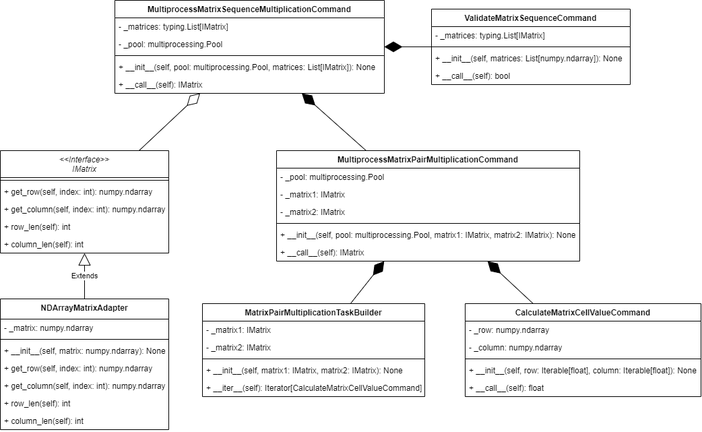
Before: docs/images/uml_class_diagram.png, a diagram exported from draw.io (yari61/otus-patterns-multiprocess). Source tidied: cells renumbered, new cells last; positions are measured from the earlier drawing's top-left corner, leaving out a move shared by most shapes.
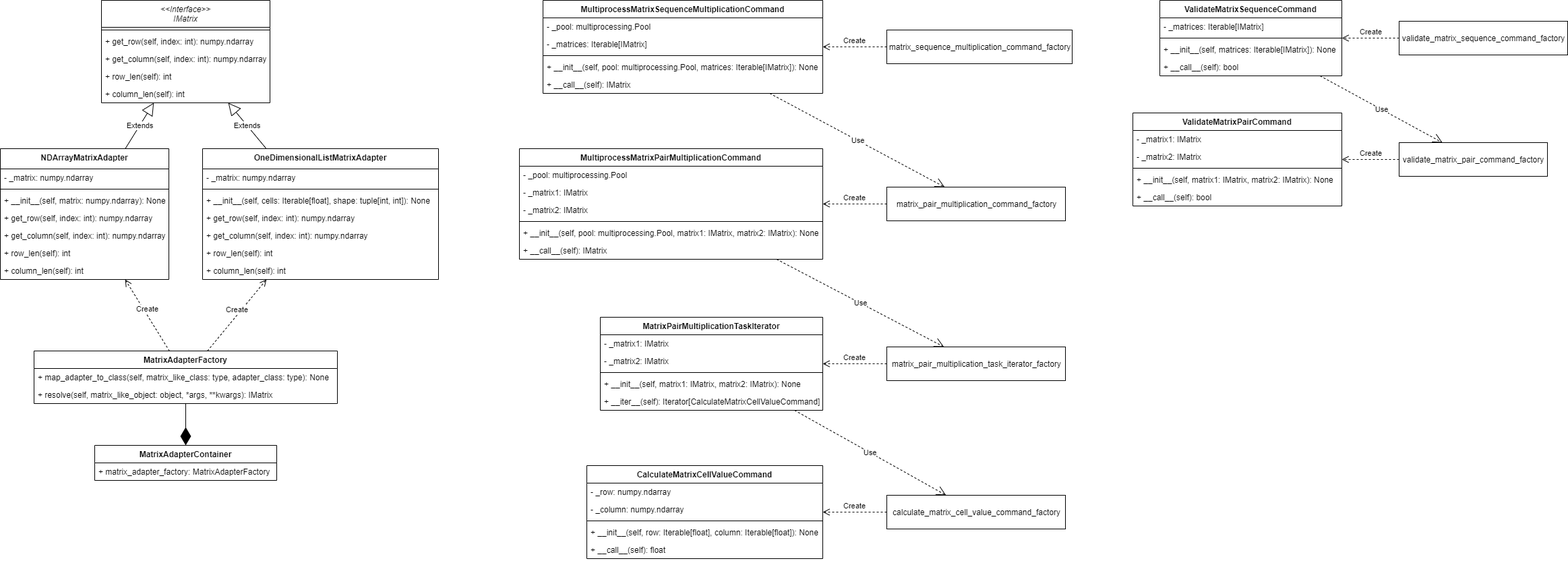
After the commit.

What changed in the source:
```diff
@@ -3,7 +3,7 @@
     <mxCell id="0" />
     <mxCell id="1" parent="0" />
     <mxCell id="2" value="CalculateMatrixCellValueCommand" style="swimlane;fontStyle=1;align=center;verticalAlign=top;horizontal=1;startSize=26;" parent="1" vertex="1">
-      <mxGeometry x="690" y="450" width="350" height="138" as="geometry" />
+      <mxGeometry x="940" y="-430" width="350" height="138" as="geometry" />
     </mxCell>
     <mxCell id="3" value="- _row: numpy.ndarray" style="text;strokeColor=none;fillColor=none;align=left;verticalAlign=top;spacingLeft=4;spacingRight=4;overflow=hidden;" parent="2" vertex="1">
       <mxGeometry y="26" width="350" height="26" as="geometry" />
@@ -21,22 +21,22 @@
       <mxGeometry y="112" width="350" height="26" as="geometry" />
     </mxCell>
     <mxCell id="8" value="ValidateMatrixSequenceCommand" style="swimlane;fontStyle=1;align=center;verticalAlign=top;horizontal=1;startSize=26;" parent="1" vertex="1">
-      <mxGeometry x="640" y="13" width="295" height="112" as="geometry" />
+      <mxGeometry x="1790" y="-1120" width="270" height="112" as="geometry" />
     </mxCell>
-    <mxCell id="9" value="- _matrices: typing.List[IMatrix]" style="text;strokeColor=none;fillColor=none;align=left;verticalAlign=top;spacingLeft=4;spacingRight=4;overflow=hidden;" parent="8" vertex="1">
-      <mxGeometry y="26" width="295" height="26" as="geometry" />
+    <mxCell id="9" value="- _matrices: Iterable[IMatrix]" style="text;strokeColor=none;fillColor=none;align=left;verticalAlign=top;spacingLeft=4;spacingRight=4;overflow=hidden;" parent="8" vertex="1">
+      <mxGeometry y="26" width="270" height="26" as="geometry" />
     </mxCell>
     <mxCell id="10" style="line;strokeWidth=1;fillColor=none;align=left;verticalAlign=middle;spacingTop=-1;spacingLeft=3;spacingRight=3;labelPosition=right;" parent="8" vertex="1">
-      <mxGeometry y="52" width="295" height="8" as="geometry" />
+      <mxGeometry y="52" width="270" height="8" as="geometry" />
     </mxCell>
-    <mxCell id="11" value="+ __init__(self, matrices: List[numpy.ndarray]): None" style="text;strokeColor=none;fillColor=none;align=left;verticalAlign=top;spacingLeft=4;spacingRight=4;overflow=hidden;" parent="8" vertex="1">
-      <mxGeometry y="60" width="295" height="26" as="geometry" />
+    <mxCell id="11" value="+ __init__(self, matrices: Iterable[IMatrix]): None" style="text;strokeColor=none;fillColor=none;align=left;verticalAlign=top;spacingLeft=4;spacingRight=4;overflow=hidden;" parent="8" vertex="1">
+      <mxGeometry y="60" width="270" height="26" as="geometry" />
     </mxCell>
     <mxCell id="12" value="+ __call__(self): bool" style="text;strokeColor=none;fillColor=none;align=left;verticalAlign=top;spacingLeft=4;spacingRight=4;overflow=hidden;" parent="8" vertex="1">
-      <mxGeometry y="86" width="295" height="26" as="geometry" />
+      <mxGeometry y="86" width="270" height="26" as="geometry" />
     </mxCell>
     <mxCell id="13" value="&lt;&lt;Interface&gt;&gt;&#10;IMatrix" style="swimlane;fontStyle=2;align=center;verticalAlign=top;horizontal=1;startSize=40;" parent="1" vertex="1">
-      <mxGeometry y="223" width="250" height="152" as="geometry" />
+      <mxGeometry x="220" y="-1120" width="250" height="152" as="geometry" />
     </mxCell>
     <mxCell id="14" style="line;strokeWidth=1;fillColor=none;align=left;verticalAlign=middle;spacingTop=-1;spacingLeft=3;spacingRight=3;labelPosition=right;" parent="13" vertex="1">
       <mxGeometry y="40" width="250" height="8" as="geometry" />
@@ -54,7 +54,7 @@
       <mxGeometry y="126" width="250" height="26" as="geometry" />
     </mxCell>
     <mxCell id="19" value="NDArrayMatrixAdapter" style="swimlane;fontStyle=1;align=center;verticalAlign=top;horizontal=1;startSize=30;" parent="1" vertex="1">
-      <mxGeometry y="443" width="250" height="194" as="geometry" />
+      <mxGeometry x="70" y="-900" width="250" height="194" as="geometry" />
     </mxCell>
     <mxCell id="20" value="- _matrix: numpy.ndarray" style="text;strokeColor=none;fillColor=none;align=left;verticalAlign=top;spacingLeft=4;spacingRight=4;overflow=hidden;" parent="19" vertex="1">
       <mxGeometry y="30" width="250" height="26" as="geometry" />
@@ -81,34 +81,25 @@
       <mxGeometry relative="1" as="geometry" />
     </mxCell>
     <mxCell id="28" value="MultiprocessMatrixSequenceMultiplicationCommand" style="swimlane;fontStyle=1;align=center;verticalAlign=top;horizontal=1;startSize=26;" parent="1" vertex="1">
-      <mxGeometry x="170" width="400" height="138" as="geometry" />
+      <mxGeometry x="875" y="-1120" width="415" height="138" as="geometry" />
     </mxCell>
+    <mxCell id="30" value="- _pool: multiprocessing.Pool" style="text;strokeColor=none;fillColor=none;align=left;verticalAlign=top;spacingLeft=4;spacingRight=4;overflow=hidden;" parent="28" vertex="1">
+      <mxGeometry y="26" width="415" height="26" as="geometry" />
+    </mxCell>
-    <mxCell id="29" value="- _matrices: typing.List[IMatrix]" style="text;strokeColor=none;fillColor=none;align=left;verticalAlign=top;spacingLeft=4;spacingRight=4;overflow=hidden;" parent="28" vertex="1">
-      <mxGeometry y="26" width="400" height="26" as="geometry" />
+    <mxCell id="29" value="- _matrices: Iterable[IMatrix]" style="text;strokeColor=none;fillColor=none;align=left;verticalAlign=top;spacingLeft=4;spacingRight=4;overflow=hidden;" parent="28" vertex="1">
+      <mxGeometry y="52" width="415" height="26" as="geometry" />
     </mxCell>
-    <mxCell id="30" value="- _pool: multiprocessing.Pool" style="text;strokeColor=none;fillColor=none;align=left;verticalAlign=top;spacingLeft=4;spacingRight=4;overflow=hidden;" parent="28" vertex="1">
-      <mxGeometry y="52" width="400" height="26" as="geometry" />
-    </mxCell>
     <mxCell id="31" style="line;strokeWidth=1;fillColor=none;align=left;verticalAlign=middle;spacingTop=-1;spacingLeft=3;spacingRight=3;labelPosition=right;" parent="28" vertex="1">
-      <mxGeometry y="78" width="400" height="8" as="geometry" />
+      <mxGeometry y="78" width="415" height="8" as="geometry" />
     </mxCell>
-    <mxCell id="32" value="+ __init__(self, pool: multiprocessing.Pool, matrices: List[IMatrix]): None" style="text;strokeColor=none;fillColor=none;align=left;verticalAlign=top;spacingLeft=4;spacingRight=4;overflow=hidden;" parent="28" vertex="1">
-      <mxGeometry y="86" width="400" height="26" as="geometry" />
+    <mxCell id="32" value="+ __init__(self, pool: multiprocessing.Pool, matrices: Iterable[IMatrix]): None" style="text;strokeColor=none;fillColor=none;align=left;verticalAlign=top;spacingLeft=4;spacingRight=4;overflow=hidden;" parent="28" vertex="1">
+      <mxGeometry y="86" width="415" height="26" as="geometry" />
     </mxCell>
     <mxCell id="33" value="+ __call__(self): IMatrix" style="text;strokeColor=none;fillColor=none;align=left;verticalAlign=top;spacingLeft=4;spacingRight=4;overflow=hidden;" parent="28" vertex="1">
-      <mxGeometry y="112" width="400" height="26" as="geometry" />
+      <mxGeometry y="112" width="415" height="26" as="geometry" />
     </mxCell>
-    <mxCell id="34" style="endArrow=diamondThin;endFill=1;endSize=24;html=1;" parent="1" edge="1" source="8" target="28">
-      <mxGeometry relative="1" as="geometry" />
-    </mxCell>
-    <mxCell id="35" style="endArrow=diamondThin;endFill=1;endSize=24;html=1;" parent="1" edge="1" source="2" target="43">
-      <mxGeometry relative="1" as="geometry" />
-    </mxCell>
-    <mxCell id="36" style="endArrow=diamondThin;endFill=0;endSize=24;html=1;" parent="1" edge="1" source="13" target="28">
-      <mxGeometry relative="1" as="geometry" />
-    </mxCell>
-    <mxCell id="37" value="MatrixPairMultiplicationTaskBuilder" style="swimlane;fontStyle=1;align=center;verticalAlign=top;horizontal=1;startSize=26;" parent="1" vertex="1">
-      <mxGeometry x="300" y="450" width="330" height="138" as="geometry" />
+    <mxCell id="37" value="MatrixPairMultiplicationTaskIterator" style="swimlane;fontStyle=1;align=center;verticalAlign=top;horizontal=1;startSize=26;" parent="1" vertex="1">
+      <mxGeometry x="960" y="-650" width="330" height="138" as="geometry" />
     </mxCell>
     <mxCell id="38" value="- _matrix1: IMatrix" style="text;strokeColor=none;fillColor=none;align=left;verticalAlign=top;spacingLeft=4;spacingRight=4;overflow=hidden;" parent="37" vertex="1">
       <mxGeometry y="26" width="330" height="26" as="geometry" />
@@ -126,7 +117,7 @@
       <mxGeometry y="112" width="330" height="26" as="geometry" />
     </mxCell>
     <mxCell id="43" value="MultiprocessMatrixPairMultiplicationCommand" style="swimlane;fontStyle=1;align=center;verticalAlign=top;horizontal=1;startSize=26;" parent="1" vertex="1">
-      <mxGeometry x="410" y="223" width="450" height="164" as="geometry" />
+      <mxGeometry x="840" y="-900" width="450" height="164" as="geometry" />
     </mxCell>
     <mxCell id="44" value="- _pool: multiprocessing.Pool" style="text;strokeColor=none;fillColor=none;align=left;verticalAlign=top;spacingLeft=4;spacingRight=4;overflow=hidden;" parent="43" vertex="1">
       <mxGeometry y="26" width="450" height="26" as="geometry" />
@@ -146,11 +137,122 @@
     <mxCell id="49" value="+ __call__(self): IMatrix" style="text;strokeColor=none;fillColor=none;align=left;verticalAlign=top;spacingLeft=4;spacingRight=4;overflow=hidden;" parent="43" vertex="1">
       <mxGeometry y="138" width="450" height="26" as="geometry" />
     </mxCell>
-    <mxCell id="50" style="endArrow=diamondThin;endFill=1;endSize=24;html=1;" parent="1" edge="1" source="43" target="28">
-      <mxGeometry relative="1" as="geometry" />
-    </mxCell>
-    <mxCell id="51" style="endArrow=diamondThin;endFill=1;endSize=24;html=1;" parent="1" edge="1" source="37" target="43">
-      <mxGeometry relative="1" as="geometry" />
-    </mxCell>
+    <mxCell id="52" value="OneDimensionalListMatrixAdapter" style="swimlane;fontStyle=1;align=center;verticalAlign=top;horizontal=1;startSize=30;" parent="1" vertex="1">
+      <mxGeometry x="370" y="-900" width="350" height="194" as="geometry" />
+    </mxCell>
+    <mxCell id="53" value="- _matrix: numpy.ndarray" style="text;strokeColor=none;fillColor=none;align=left;verticalAlign=top;spacingLeft=4;spacingRight=4;overflow=hidden;" parent="52" vertex="1">
+      <mxGeometry y="30" width="350" height="26" as="geometry" />
+    </mxCell>
+    <mxCell id="54" style="line;strokeWidth=1;fillColor=none;align=left;verticalAlign=middle;spacingTop=-1;spacingLeft=3;spacingRight=3;labelPosition=right;" parent="52" vertex="1">
+      <mxGeometry y="56" width="350" height="8" as="geometry" />
+    </mxCell>
+    <mxCell id="55" value="+ __init__(self, cells: Iterable[float], shape: tuple[int, int]): None" style="text;strokeColor=none;fillColor=none;align=left;verticalAlign=top;spacingLeft=4;spacingRight=4;overflow=hidden;" parent="52" vertex="1">
+      <mxGeometry y="64" width="350" height="26" as="geometry" />
+    </mxCell>
+    <mxCell id="56" value="+ get_row(self, index: int): numpy.ndarray" style="text;strokeColor=none;fillColor=none;align=left;verticalAlign=top;spacingLeft=4;spacingRight=4;overflow=hidden;" parent="52" vertex="1">
+      <mxGeometry y="90" width="350" height="26" as="geometry" />
+    </mxCell>
+    <mxCell id="57" value="+ get_column(self, index: int): numpy.ndarray" style="text;strokeColor=none;fillColor=none;align=left;verticalAlign=top;spacingLeft=4;spacingRight=4;overflow=hidden;" parent="52" vertex="1">
+      <mxGeometry y="116" width="350" height="26" as="geometry" />
+    </mxCell>
+    <mxCell id="58" value="+ row_len(self): int" style="text;strokeColor=none;fillColor=none;align=left;verticalAlign=top;spacingLeft=4;spacingRight=4;overflow=hidden;" parent="52" vertex="1">
+      <mxGeometry y="142" width="350" height="26" as="geometry" />
+    </mxCell>
+    <mxCell id="59" value="+ column_len(self): int" style="text;strokeColor=none;fillColor=none;align=left;verticalAlign=top;spacingLeft=4;spacingRight=4;overflow=hidden;" parent="52" vertex="1">
+      <mxGeometry y="168" width="350" height="26" as="geometry" />
+    </mxCell>
+    <mxCell id="60" value="Extends" style="endArrow=block;endSize=16;endFill=0;html=1;" parent="1" edge="1" source="52" target="13">
+      <mxGeometry relative="1" as="geometry" />
+    </mxCell>
+    <mxCell id="61" value="MatrixAdapterFactory" style="swimlane;fontStyle=1;horizontal=1;startSize=26;fillColor=none;" parent="1" vertex="1">
+      <mxGeometry x="120" y="-600" width="450" height="78" as="geometry" />
+    </mxCell>
+    <mxCell id="62" value="+ map_adapter_to_class(self, matrix_like_class: type, adapter_class: type): None" style="text;strokeColor=none;fillColor=none;align=left;verticalAlign=top;spacingLeft=4;spacingRight=4;overflow=hidden;" parent="61" vertex="1">
+      <mxGeometry y="26" width="450" height="26" as="geometry" />
+    </mxCell>
+    <mxCell id="63" value="+ resolve(self, matrix_like_object: object, *args, **kwargs): IMatrix" style="text;strokeColor=none;fillColor=none;align=left;verticalAlign=top;spacingLeft=4;spacingRight=4;overflow=hidden;" parent="61" vertex="1">
+      <mxGeometry y="52" width="450" height="26" as="geometry" />
+    </mxCell>
+    <mxCell id="64" value="Create" style="html=1;verticalAlign=bottom;endArrow=open;dashed=1;endSize=8;" parent="1" edge="1" source="61" target="52">
+      <mxGeometry relative="1" as="geometry" />
+    </mxCell>
+    <mxCell id="65" value="Create" style="html=1;verticalAlign=bottom;endArrow=open;dashed=1;endSize=8;" parent="1" edge="1" source="61" target="19">
+      <mxGeometry relative="1" as="geometry" />
+    </mxCell>
+    <mxCell id="66" style="endArrow=diamondThin;endFill=1;endSize=24;html=1;" parent="1" edge="1" source="61" target="67">
+      <mxGeometry relative="1" as="geometry" />
+    </mxCell>
+    <mxCell id="67" value="MatrixAdapterContainer" style="swimlane;fontStyle=1;horizontal=1;startSize=26;fillColor=none;" parent="1" vertex="1">
+      <mxGeometry x="210" y="-460" width="270" height="52" as="geometry" />
+    </mxCell>
+    <mxCell id="68" value="+ matrix_adapter_factory: MatrixAdapterFactory" style="text;strokeColor=none;fillColor=none;align=left;verticalAlign=top;spacingLeft=4;spacingRight=4;overflow=hidden;" parent="67" vertex="1">
+      <mxGeometry y="26" width="270" height="26" as="geometry" />
+    </mxCell>
+    <mxCell id="69" value="ValidateMatrixPairCommand" style="swimlane;fontStyle=1;align=center;verticalAlign=top;horizontal=1;startSize=26;" parent="1" vertex="1">
+      <mxGeometry x="1750" y="-953" width="310" height="138" as="geometry" />
+    </mxCell>
+    <mxCell id="70" value="- _matrix1: IMatrix" style="text;strokeColor=none;fillColor=none;align=left;verticalAlign=top;spacingLeft=4;spacingRight=4;overflow=hidden;" parent="69" vertex="1">
+      <mxGeometry y="26" width="310" height="26" as="geometry" />
+    </mxCell>
+    <mxCell id="71" value="- _matrix2: IMatrix" style="text;strokeColor=none;fillColor=none;align=left;verticalAlign=top;spacingLeft=4;spacingRight=4;overflow=hidden;" parent="69" vertex="1">
+      <mxGeometry y="52" width="310" height="26" as="geometry" />
+    </mxCell>
+    <mxCell id="72" style="line;strokeWidth=1;fillColor=none;align=left;verticalAlign=middle;spacingTop=-1;spacingLeft=3;spacingRight=3;labelPosition=right;" parent="69" vertex="1">
+      <mxGeometry y="78" width="310" height="8" as="geometry" />
+    </mxCell>
+    <mxCell id="73" value="+ __init__(self, matrix1: IMatrix, matrix2: IMatrix): None" style="text;strokeColor=none;fillColor=none;align=left;verticalAlign=top;spacingLeft=4;spacingRight=4;overflow=hidden;" parent="69" vertex="1">
+      <mxGeometry y="86" width="310" height="26" as="geometry" />
+    </mxCell>
+    <mxCell id="74" value="+ __call__(self): bool" style="text;strokeColor=none;fillColor=none;align=left;verticalAlign=top;spacingLeft=4;spacingRight=4;overflow=hidden;" parent="69" vertex="1">
+      <mxGeometry y="112" width="310" height="26" as="geometry" />
+    </mxCell>
+    <mxCell id="75" value="validate_matrix_pair_command_factory" style="html=1;" parent="1" vertex="1">
+      <mxGeometry x="2145" y="-909" width="220" height="50" as="geometry" />
+    </mxCell>
+    <mxCell id="76" value="Create" style="html=1;verticalAlign=bottom;endArrow=open;dashed=1;endSize=8;" parent="1" edge="1" source="75" target="69">
+      <mxGeometry relative="1" as="geometry" />
+    </mxCell>
+    <mxCell id="77" value="Use" style="endArrow=open;endSize=12;dashed=1;html=1;" parent="1" edge="1" source="8" target="75">
+      <mxGeometry relative="1" as="geometry" />
+    </mxCell>
+    <mxCell id="78" value="validate_matrix_sequence_command_factory" style="html=1;" parent="1" vertex="1">
+      <mxGeometry x="2145" y="-1089" width="250" height="50" as="geometry" />
+    </mxCell>
+    <mxCell id="79" value="Create" style="html=1;verticalAlign=bottom;endArrow=open;dashed=1;endSize=8;" parent="1" edge="1" source="78" target="8">
+      <mxGeometry relative="1" as="geometry" />
+    </mxCell>
+    <mxCell id="80" value="Create" style="html=1;verticalAlign=bottom;endArrow=open;dashed=1;endSize=8;" parent="1" edge="1" source="81" target="2">
+      <mxGeometry relative="1" as="geometry" />
+    </mxCell>
+    <mxCell id="81" value="calculate_matrix_cell_value_command_factory" style="html=1;" parent="1" vertex="1">
+      <mxGeometry x="1385" y="-386" width="265" height="50" as="geometry" />
+    </mxCell>
+    <mxCell id="82" value="Use" style="endArrow=open;endSize=12;dashed=1;html=1;" parent="1" edge="1" source="37" target="81">
+      <mxGeometry relative="1" as="geometry" />
+    </mxCell>
+    <mxCell id="83" value="matrix_pair_multiplication_task_iterator_factory" style="html=1;" parent="1" vertex="1">
+      <mxGeometry x="1385" y="-606" width="265" height="50" as="geometry" />
+    </mxCell>
+    <mxCell id="84" value="Create" style="html=1;verticalAlign=bottom;endArrow=open;dashed=1;endSize=8;" parent="1" edge="1" source="83" target="37">
+      <mxGeometry relative="1" as="geometry" />
+    </mxCell>
+    <mxCell id="85" value="Use" style="endArrow=open;endSize=12;dashed=1;html=1;" parent="1" edge="1" source="43" target="83">
+      <mxGeometry relative="1" as="geometry" />
+    </mxCell>
+    <mxCell id="86" value="matrix_pair_multiplication_command_factory" style="html=1;" parent="1" vertex="1">
+      <mxGeometry x="1385" y="-843" width="265" height="50" as="geometry" />
+    </mxCell>
+    <mxCell id="87" value="Create" style="html=1;verticalAlign=bottom;endArrow=open;dashed=1;endSize=8;" parent="1" edge="1" source="86" target="43">
+      <mxGeometry relative="1" as="geometry" />
+    </mxCell>
+    <mxCell id="88" value="matrix_sequence_multiplication_command_factory" style="html=1;" parent="1" vertex="1">
+      <mxGeometry x="1385" y="-1076" width="275" height="50" as="geometry" />
+    </mxCell>
+    <mxCell id="89" value="Create" style="html=1;verticalAlign=bottom;endArrow=open;dashed=1;endSize=8;" parent="1" edge="1" source="88" target="28">
+      <mxGeometry relative="1" as="geometry" />
+    </mxCell>
+    <mxCell id="90" value="Use" style="endArrow=open;endSize=12;dashed=1;html=1;" parent="1" edge="1" source="28" target="86">
+      <mxGeometry relative="1" as="geometry" />
+    </mxCell>
   </root>
 </mxGraphModel>
```
